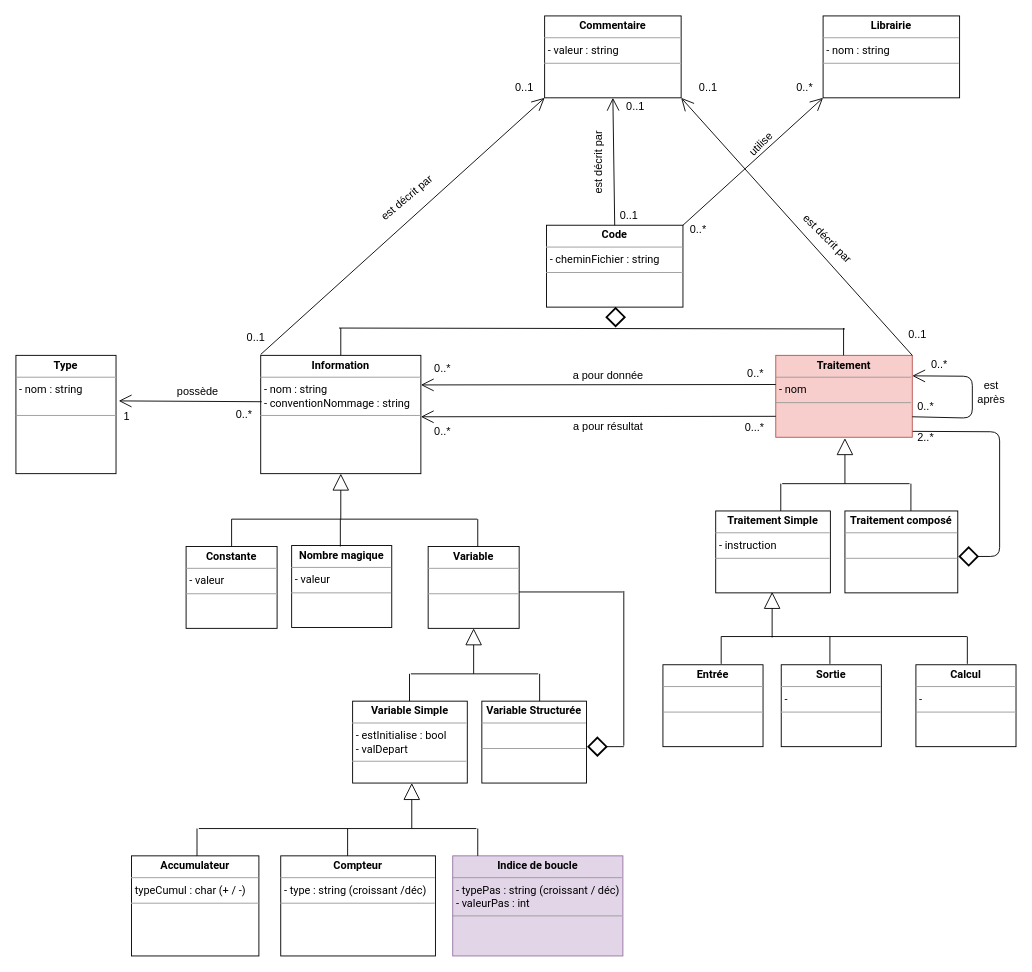
Earlier version of the draw.io diagram page "Code" (2 of 6) of modelisation/diagrammeClasses.drawio (patrick-etcheverry-recherche/code-explorer-api). Source tidied: cells renumbered, new cells numbered last; positions are measured from the earlier drawing's top-left corner, leaving out a move shared by most shapes. Both pictures are drawn from the tidied source at 91%, with x=0, y=0 at pixel (15, 15).
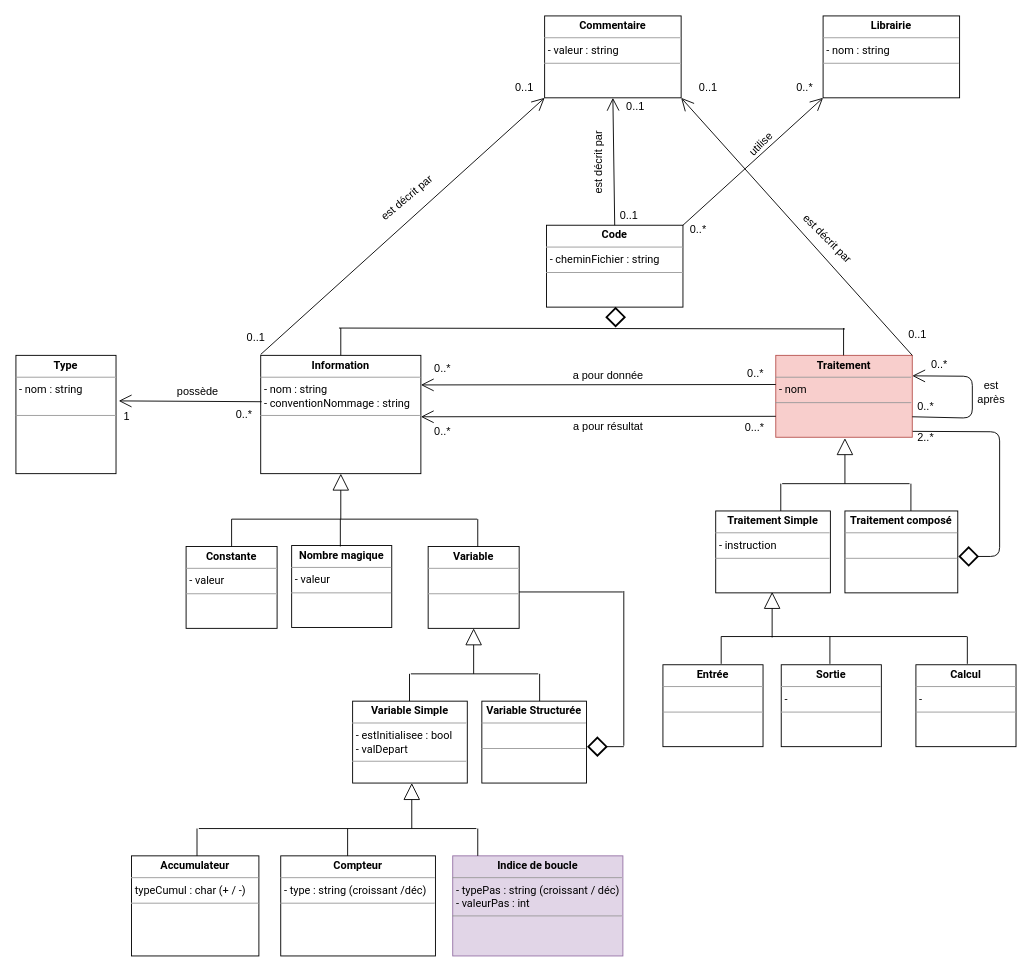
The same diagram, later.

Diff of the diagram source:
```diff
@@
-    <mxCell id="16" value="&lt;p style=&quot;margin: 4px 0px 0px ; text-align: center&quot;&gt;&lt;b&gt;Variable Simple&lt;/b&gt;&lt;/p&gt;&lt;hr size=&quot;1&quot;&gt;&lt;p style=&quot;margin: 0px 0px 0px 4px&quot;&gt;-&lt;span&gt;&amp;nbsp;estInitialise : bool&lt;/span&gt;&lt;/p&gt;&lt;p style=&quot;margin: 0px 0px 0px 4px&quot;&gt;- valDepart&amp;nbsp;&lt;/p&gt;&lt;hr size=&quot;1&quot;&gt;&lt;p style=&quot;margin: 0px 0px 0px 4px&quot;&gt;&lt;br&gt;&lt;/p&gt;" style="verticalAlign=top;align=left;overflow=fill;fontSize=12;fontFamily=roboto;html=1;" parent="1" vertex="1">
+    <mxCell id="16" value="&lt;p style=&quot;margin: 4px 0px 0px ; text-align: center&quot;&gt;&lt;b&gt;Variable Simple&lt;/b&gt;&lt;/p&gt;&lt;hr size=&quot;1&quot;&gt;&lt;p style=&quot;margin: 0px 0px 0px 4px&quot;&gt;-&lt;span&gt;&amp;nbsp;estInitialisee : bool&lt;/span&gt;&lt;/p&gt;&lt;p style=&quot;margin: 0px 0px 0px 4px&quot;&gt;- valDepart&amp;nbsp;&lt;/p&gt;&lt;hr size=&quot;1&quot;&gt;&lt;p style=&quot;margin: 0px 0px 0px 4px&quot;&gt;&lt;br&gt;&lt;/p&gt;" style="verticalAlign=top;align=left;overflow=fill;fontSize=12;fontFamily=roboto;html=1;" parent="1" vertex="1">
       <mxGeometry x="370" y="753" width="126" height="90" as="geometry" />
     </mxCell>
```
